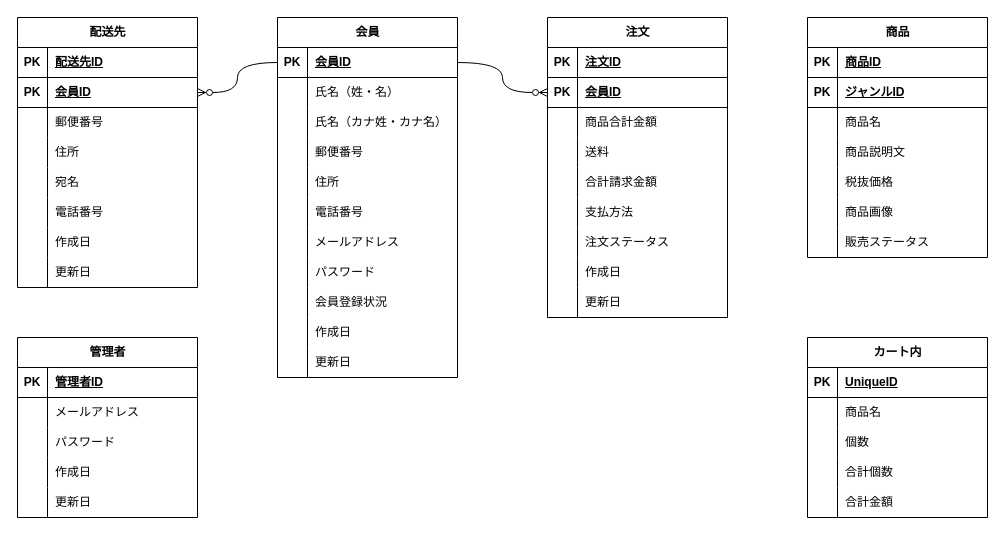
Satoko0129/exercises keeps this draw.io diagram as ER図.drawio. Above is the earlier version. Source tidied: cells renumbered, new cells numbered last; positions are measured from the earlier drawing's top-left corner, leaving out a move shared by most shapes. Both pictures are drawn from the tidied source at 100%, with x=0, y=0 at pixel (17, 17).
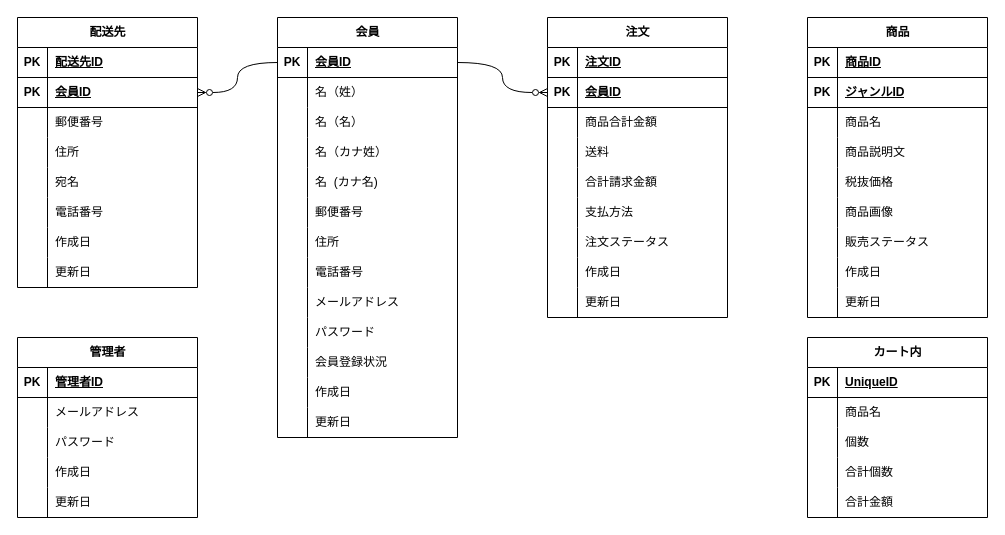
Above is the later version.

Commit message (it also covers changes not shown here):
ER図.drawio を更新します

Unchanged cells that the change refers to:
```xml
<mxCell id="6" style="shape=tableRow;horizontal=0;startSize=0;swimlaneHead=0;swimlaneBody=0;fillColor=none;top=0;left=0;right=0;bottom=0;" parent="2" vertex="1">
  <mxGeometry y="60" width="180" height="30" as="geometry" />
</mxCell>
```

What changed in the source:
```diff
@@
     <mxCell id="2" value="会員" style="shape=table;startSize=30;childLayout=tableLayout;rowLines=0;fontStyle=1;align=center;html=1;" parent="1" vertex="1">
-      <mxGeometry x="260" width="180" height="360" as="geometry" />
+      <mxGeometry x="260" width="180" height="420" as="geometry" />
     </mxCell>
@@
-    <mxCell id="8" value="氏名（姓・名）" style="shape=partialRectangle;fillColor=none;top=0;left=0;bottom=0;right=0;align=left;spacingLeft=6;overflow=hidden;whiteSpace=wrap;html=1;" parent="6" vertex="1">
+    <mxCell id="8" value="名（姓）" style="shape=partialRectangle;fillColor=none;top=0;left=0;bottom=0;right=0;align=left;spacingLeft=6;overflow=hidden;whiteSpace=wrap;html=1;" parent="6" vertex="1">
       <mxGeometry x="30" width="150" height="30" as="geometry" />
     </mxCell>
+    <mxCell id="145" style="shape=tableRow;horizontal=0;startSize=0;swimlaneHead=0;swimlaneBody=0;fillColor=none;top=0;left=0;right=0;bottom=0;" parent="2" vertex="1">
+      <mxGeometry y="90" width="180" height="30" as="geometry" />
+    </mxCell>
+    <mxCell id="146" style="shape=partialRectangle;fillColor=none;top=0;left=0;bottom=0;right=0;overflow=hidden;whiteSpace=wrap;html=1;" parent="145" vertex="1">
+      <mxGeometry width="30" height="30" as="geometry" />
+    </mxCell>
+    <mxCell id="147" style="shape=partialRectangle;fillColor=none;top=0;left=0;bottom=0;right=0;align=left;spacingLeft=6;overflow=hidden;whiteSpace=wrap;html=1;" parent="145" vertex="1">
+      <mxGeometry x="30" width="150" height="30" as="geometry" />
+    </mxCell>
     <mxCell id="9" style="shape=tableRow;horizontal=0;startSize=0;swimlaneHead=0;swimlaneBody=0;fillColor=none;top=0;left=0;right=0;bottom=0;" parent="2" vertex="1">
-      <mxGeometry y="90" width="180" height="30" as="geometry" />
+      <mxGeometry y="120" width="180" height="30" as="geometry" />
     </mxCell>
@@
-    <mxCell id="11" value="氏名（カナ姓・カナ名）" style="shape=partialRectangle;fillColor=none;top=0;left=0;bottom=0;right=0;align=left;spacingLeft=6;overflow=hidden;whiteSpace=wrap;html=1;" parent="9" vertex="1">
+    <mxCell id="11" value="名（カナ姓）" style="shape=partialRectangle;fillColor=none;top=0;left=0;bottom=0;right=0;align=left;spacingLeft=6;overflow=hidden;whiteSpace=wrap;html=1;" parent="9" vertex="1">
       <mxGeometry x="30" width="150" height="30" as="geometry" />
     </mxCell>
+    <mxCell id="148" style="shape=tableRow;horizontal=0;startSize=0;swimlaneHead=0;swimlaneBody=0;fillColor=none;top=0;left=0;right=0;bottom=0;" parent="2" vertex="1">
+      <mxGeometry y="150" width="180" height="30" as="geometry" />
+    </mxCell>
+    <mxCell id="149" style="shape=partialRectangle;fillColor=none;top=0;left=0;bottom=0;right=0;overflow=hidden;whiteSpace=wrap;html=1;" parent="148" vertex="1">
+      <mxGeometry width="30" height="30" as="geometry" />
+    </mxCell>
+    <mxCell id="150" value="名&amp;nbsp; (カナ名)" style="shape=partialRectangle;fillColor=none;top=0;left=0;bottom=0;right=0;align=left;spacingLeft=6;overflow=hidden;whiteSpace=wrap;html=1;" parent="148" vertex="1">
+      <mxGeometry x="30" width="150" height="30" as="geometry" />
+    </mxCell>
     <mxCell id="12" style="shape=tableRow;horizontal=0;startSize=0;swimlaneHead=0;swimlaneBody=0;fillColor=none;top=0;left=0;right=0;bottom=0;" parent="2" vertex="1">
-      <mxGeometry y="120" width="180" height="30" as="geometry" />
+      <mxGeometry y="180" width="180" height="30" as="geometry" />
     </mxCell>
@@
     <mxCell id="15" style="shape=tableRow;horizontal=0;startSize=0;swimlaneHead=0;swimlaneBody=0;fillColor=none;top=0;left=0;right=0;bottom=0;" parent="2" vertex="1">
-      <mxGeometry y="150" width="180" height="30" as="geometry" />
+      <mxGeometry y="210" width="180" height="30" as="geometry" />
     </mxCell>
@@
     <mxCell id="18" style="shape=tableRow;horizontal=0;startSize=0;swimlaneHead=0;swimlaneBody=0;fillColor=none;top=0;left=0;right=0;bottom=0;" parent="2" vertex="1">
-      <mxGeometry y="180" width="180" height="30" as="geometry" />
+      <mxGeometry y="240" width="180" height="30" as="geometry" />
     </mxCell>
@@
     <mxCell id="21" style="shape=tableRow;horizontal=0;startSize=0;swimlaneHead=0;swimlaneBody=0;fillColor=none;top=0;left=0;right=0;bottom=0;" parent="2" vertex="1">
-      <mxGeometry y="210" width="180" height="30" as="geometry" />
+      <mxGeometry y="270" width="180" height="30" as="geometry" />
     </mxCell>
@@
     <mxCell id="24" style="shape=tableRow;horizontal=0;startSize=0;swimlaneHead=0;swimlaneBody=0;fillColor=none;top=0;left=0;right=0;bottom=0;" parent="2" vertex="1">
-      <mxGeometry y="240" width="180" height="30" as="geometry" />
+      <mxGeometry y="300" width="180" height="30" as="geometry" />
     </mxCell>
@@
     <mxCell id="27" style="shape=tableRow;horizontal=0;startSize=0;swimlaneHead=0;swimlaneBody=0;fillColor=none;top=0;left=0;right=0;bottom=0;" parent="2" vertex="1">
-      <mxGeometry y="270" width="180" height="30" as="geometry" />
+      <mxGeometry y="330" width="180" height="30" as="geometry" />
     </mxCell>
@@
     <mxCell id="30" style="shape=tableRow;horizontal=0;startSize=0;swimlaneHead=0;swimlaneBody=0;fillColor=none;top=0;left=0;right=0;bottom=0;" parent="2" vertex="1">
-      <mxGeometry y="300" width="180" height="30" as="geometry" />
+      <mxGeometry y="360" width="180" height="30" as="geometry" />
     </mxCell>
@@
     <mxCell id="33" style="shape=tableRow;horizontal=0;startSize=0;swimlaneHead=0;swimlaneBody=0;fillColor=none;top=0;left=0;right=0;bottom=0;" parent="2" vertex="1">
-      <mxGeometry y="330" width="180" height="30" as="geometry" />
+      <mxGeometry y="390" width="180" height="30" as="geometry" />
     </mxCell>
@@
     <mxCell id="123" value="商品" style="shape=table;startSize=30;childLayout=tableLayout;rowLines=0;fontStyle=1;align=center;html=1;" parent="1" vertex="1">
-      <mxGeometry x="790" width="180" height="240" as="geometry" />
+      <mxGeometry x="790" width="180" height="300" as="geometry" />
     </mxCell>
@@
+    <mxCell id="151" style="shape=tableRow;horizontal=0;startSize=0;swimlaneHead=0;swimlaneBody=0;fillColor=none;top=0;left=0;right=0;bottom=0;" parent="123" vertex="1">
+      <mxGeometry y="240" width="180" height="30" as="geometry" />
+    </mxCell>
+    <mxCell id="152" style="shape=partialRectangle;fillColor=none;top=0;left=0;bottom=0;right=0;overflow=hidden;whiteSpace=wrap;html=1;" parent="151" vertex="1">
+      <mxGeometry width="30" height="30" as="geometry" />
+    </mxCell>
+    <mxCell id="153" value="作成日" style="shape=partialRectangle;fillColor=none;top=0;left=0;bottom=0;right=0;align=left;spacingLeft=6;overflow=hidden;whiteSpace=wrap;html=1;" parent="151" vertex="1">
+      <mxGeometry x="30" width="150" height="30" as="geometry" />
+    </mxCell>
+    <mxCell id="154" style="shape=tableRow;horizontal=0;startSize=0;swimlaneHead=0;swimlaneBody=0;fillColor=none;top=0;left=0;right=0;bottom=0;" parent="123" vertex="1">
+      <mxGeometry y="270" width="180" height="30" as="geometry" />
+    </mxCell>
+    <mxCell id="155" style="shape=partialRectangle;fillColor=none;top=0;left=0;bottom=0;right=0;overflow=hidden;whiteSpace=wrap;html=1;" parent="154" vertex="1">
+      <mxGeometry width="30" height="30" as="geometry" />
+    </mxCell>
+    <mxCell id="156" value="更新日" style="shape=partialRectangle;fillColor=none;top=0;left=0;bottom=0;right=0;align=left;spacingLeft=6;overflow=hidden;whiteSpace=wrap;html=1;" parent="154" vertex="1">
+      <mxGeometry x="30" width="150" height="30" as="geometry" />
+    </mxCell>
+    <mxCell id="157" value="名（名）" style="shape=partialRectangle;fillColor=none;top=0;left=0;bottom=0;right=0;align=left;spacingLeft=6;overflow=hidden;whiteSpace=wrap;html=1;" parent="1" vertex="1">
+      <mxGeometry x="290" y="90" width="150" height="30" as="geometry" />
+    </mxCell>
```
